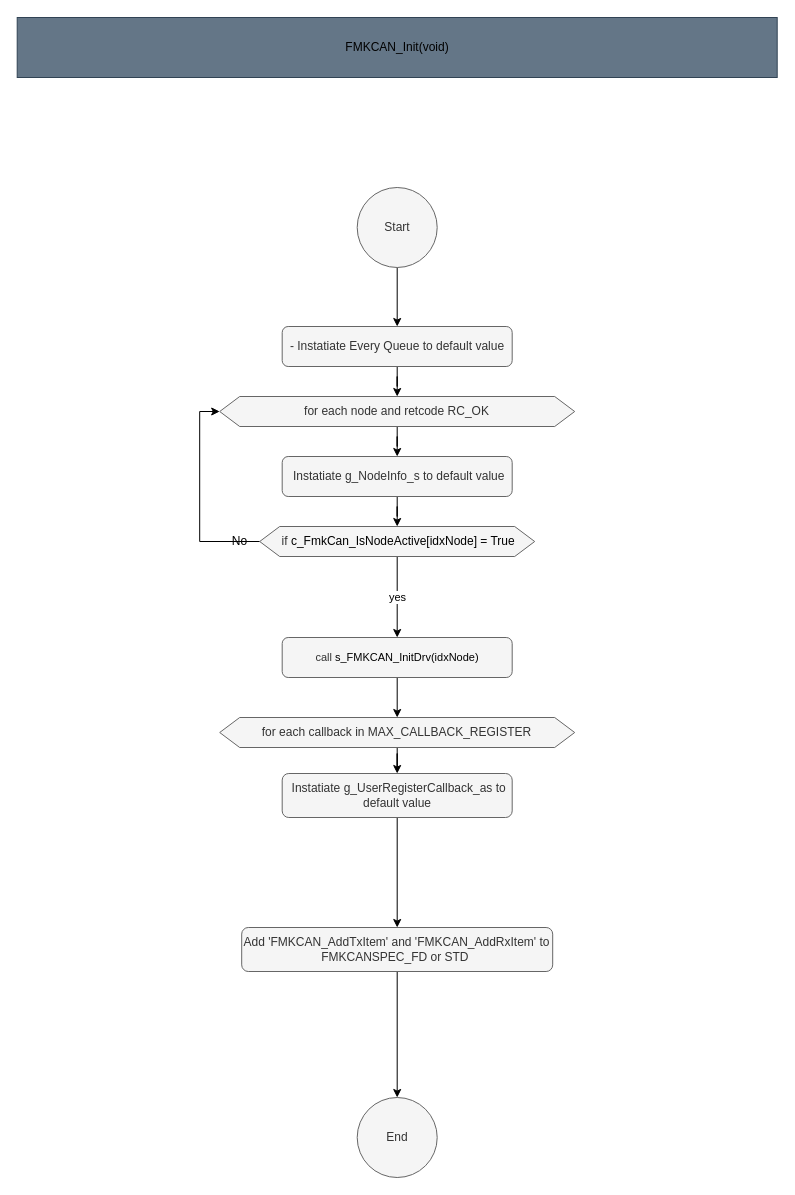
The draw.io diagram page "Init" (4 of 17) of src/1_FMK/FMK_HAL/FMK_CAN/Doc/Architecture/FMK_CAN.drawio in mbarbeau0545/PickersRobotPOC, before the edit. Source tidied: cells renumbered, new cells numbered last; positions are measured from the earlier drawing's top-left corner, leaving out a move shared by most shapes. Both pictures are drawn from the tidied source at 100%, with x=0, y=0 at pixel (17, 17).
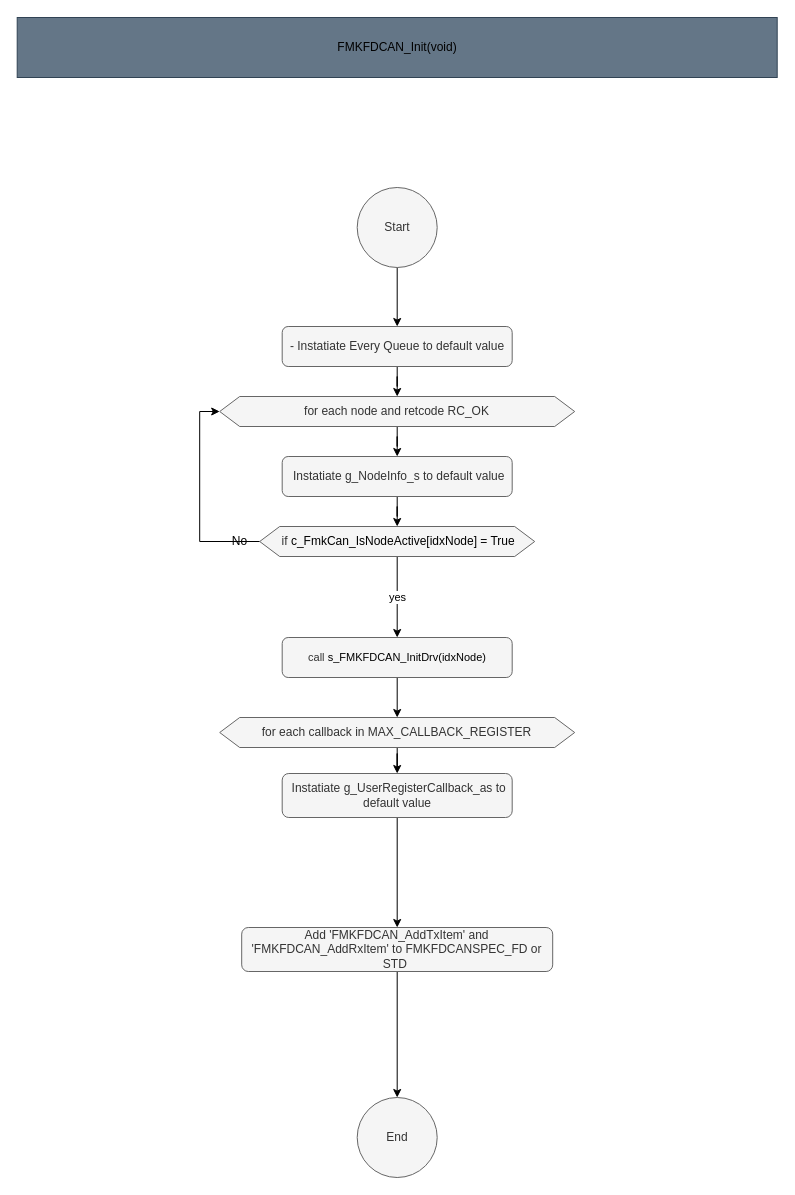
The same diagram, later.

Change to the diagram source:
```diff
@@
-    <mxCell id="4" value="&lt;span style=&quot;color: rgb(0, 0, 0);&quot;&gt;FMKCAN_Init(void)&lt;/span&gt;" style="rounded=0;whiteSpace=wrap;html=1;fillColor=#647687;fontColor=#ffffff;strokeColor=#314354;" parent="1" vertex="1">
+    <mxCell id="4" value="&lt;span style=&quot;color: rgb(0, 0, 0);&quot;&gt;FMKFDCAN_Init(void)&lt;/span&gt;" style="rounded=0;whiteSpace=wrap;html=1;fillColor=#647687;fontColor=#ffffff;strokeColor=#314354;" parent="1" vertex="1">
       <mxGeometry x="-0.3" width="760" height="60" as="geometry" />
     </mxCell>
@@
-    <mxCell id="16" value="&lt;font style=&quot;font-size: 11px;&quot;&gt;call&amp;nbsp;&lt;span style=&quot;color: rgb(0, 0, 0);&quot;&gt;&lt;font style=&quot;font-size: 11px;&quot;&gt;s_FMKCAN_InitDrv(idxNode)&lt;/font&gt;&lt;/span&gt;&lt;/font&gt;" style="rounded=1;whiteSpace=wrap;html=1;fillColor=#f5f5f5;fontColor=#333333;strokeColor=#666666;fontSize=12;" parent="1" vertex="1">
+    <mxCell id="16" value="&lt;font style=&quot;font-size: 11px;&quot;&gt;call&amp;nbsp;&lt;span style=&quot;color: rgb(0, 0, 0);&quot;&gt;&lt;font style=&quot;font-size: 11px;&quot;&gt;s_FMKFDCAN_InitDrv(idxNode)&lt;/font&gt;&lt;/span&gt;&lt;/font&gt;" style="rounded=1;whiteSpace=wrap;html=1;fillColor=#f5f5f5;fontColor=#333333;strokeColor=#666666;fontSize=12;" parent="1" vertex="1">
       <mxGeometry x="264.7" y="620" width="230" height="40" as="geometry" />
     </mxCell>
@@
-    <mxCell id="24" value="Add 'FMKCAN_AddTxItem' and 'FMKCAN_AddRxItem' to FMKCANSPEC_FD or STD&amp;nbsp;" style="rounded=1;whiteSpace=wrap;html=1;fillColor=#f5f5f5;fontColor=#333333;strokeColor=#666666;" parent="1" vertex="1">
+    <mxCell id="24" value="Add 'FMKFDCAN_AddTxItem' and 'FMKFDCAN_AddRxItem' to FMKFDCANSPEC_FD or STD&amp;nbsp;" style="rounded=1;whiteSpace=wrap;html=1;fillColor=#f5f5f5;fontColor=#333333;strokeColor=#666666;" parent="1" vertex="1">
       <mxGeometry x="224.2" y="910" width="311" height="44" as="geometry" />
     </mxCell>
```
